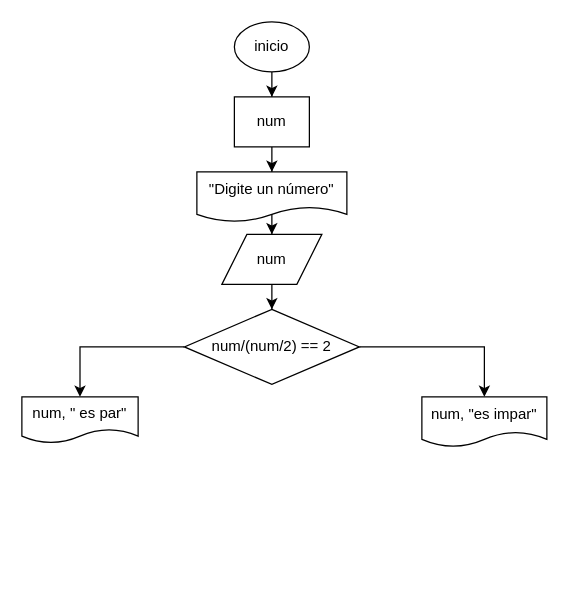
Before: 7. ESTRUCTURAS/Diagrama sin título.drawio in zeth789/Pensamiento_computacional, a draw.io diagram. Source tidied: cells renumbered, new cells numbered last; positions are measured from the earlier drawing's top-left corner, leaving out a move shared by most shapes. Both pictures are drawn from the tidied source at 125%, with x=0, y=0 at pixel (21, 21).
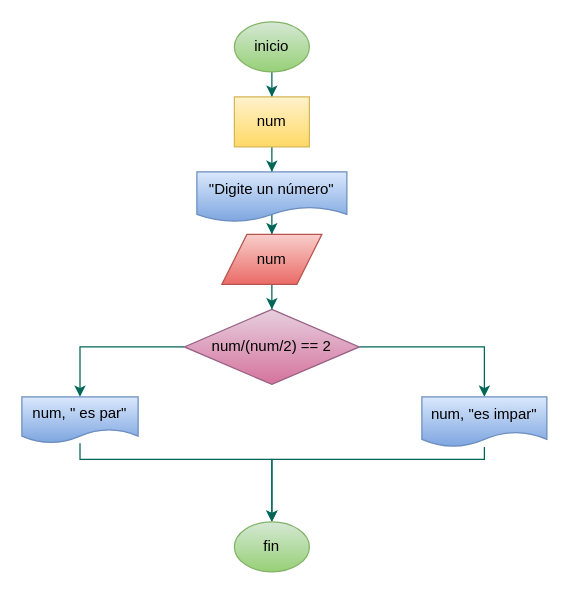
The same diagram, later.

Diff of the diagram source:
```diff
@@
-    <mxCell id="2" style="edgeStyle=orthogonalEdgeStyle;rounded=0;jettySize=auto;html=1;" parent="1" edge="1" source="3" target="5">
+    <mxCell id="2" style="edgeStyle=orthogonalEdgeStyle;rounded=0;jettySize=auto;html=1;strokeColor=#006658;fontColor=#5C5C5C;" parent="1" edge="1" source="3" target="5">
       <mxGeometry relative="1" as="geometry" />
     </mxCell>
-    <mxCell id="3" value="inicio" style="ellipse;whiteSpace=wrap;html=1;" parent="1" vertex="1">
+    <mxCell id="3" value="inicio" style="ellipse;whiteSpace=wrap;html=1;fillColor=#d5e8d4;strokeColor=#82b366;gradientColor=#97d077;" parent="1" vertex="1">
       <mxGeometry x="170" width="60" height="40" as="geometry" />
     </mxCell>
-    <mxCell id="4" style="edgeStyle=orthogonalEdgeStyle;rounded=0;jettySize=auto;html=1;" parent="1" edge="1" source="5" target="7">
+    <mxCell id="4" style="edgeStyle=orthogonalEdgeStyle;rounded=0;jettySize=auto;html=1;strokeColor=#006658;fontColor=#5C5C5C;" parent="1" edge="1" source="5" target="7">
       <mxGeometry relative="1" as="geometry" />
     </mxCell>
-    <mxCell id="5" value="num" style="whiteSpace=wrap;html=1;" parent="1" vertex="1">
+    <mxCell id="5" value="num" style="whiteSpace=wrap;html=1;fillColor=#fff2cc;strokeColor=#d6b656;gradientColor=#ffd966;" parent="1" vertex="1">
       <mxGeometry x="170" y="60" width="60" height="40" as="geometry" />
     </mxCell>
-    <mxCell id="6" style="edgeStyle=orthogonalEdgeStyle;rounded=0;jettySize=auto;html=1;" parent="1" edge="1" source="7" target="9">
+    <mxCell id="6" style="edgeStyle=orthogonalEdgeStyle;rounded=0;jettySize=auto;html=1;strokeColor=#006658;fontColor=#5C5C5C;" parent="1" edge="1" source="7" target="9">
       <mxGeometry relative="1" as="geometry" />
     </mxCell>
-    <mxCell id="7" value="&quot;Digite un número&quot;" style="shape=document;whiteSpace=wrap;html=1;boundedLbl=1;" parent="1" vertex="1">
+    <mxCell id="7" value="&quot;Digite un número&quot;" style="shape=document;whiteSpace=wrap;html=1;boundedLbl=1;fillColor=#dae8fc;strokeColor=#6c8ebf;gradientColor=#7ea6e0;" parent="1" vertex="1">
       <mxGeometry x="140" y="120" width="120" height="40" as="geometry" />
     </mxCell>
-    <mxCell id="8" style="edgeStyle=orthogonalEdgeStyle;rounded=0;jettySize=auto;html=1;" parent="1" edge="1" source="9" target="12">
+    <mxCell id="8" style="edgeStyle=orthogonalEdgeStyle;rounded=0;jettySize=auto;html=1;strokeColor=#006658;fontColor=#5C5C5C;" parent="1" edge="1" source="9" target="12">
       <mxGeometry relative="1" as="geometry" />
     </mxCell>
-    <mxCell id="9" value="num" style="shape=parallelogram;perimeter=parallelogramPerimeter;whiteSpace=wrap;html=1;fixedSize=1;" parent="1" vertex="1">
+    <mxCell id="9" value="num" style="shape=parallelogram;perimeter=parallelogramPerimeter;whiteSpace=wrap;html=1;fixedSize=1;fillColor=#f8cecc;strokeColor=#b85450;gradientColor=#ea6b66;" parent="1" vertex="1">
       <mxGeometry x="160" y="170" width="80" height="40" as="geometry" />
     </mxCell>
-    <mxCell id="10" style="edgeStyle=orthogonalEdgeStyle;rounded=0;jettySize=auto;html=1;" parent="1" edge="1" source="12" target="13">
+    <mxCell id="10" style="edgeStyle=orthogonalEdgeStyle;rounded=0;jettySize=auto;html=1;strokeColor=#006658;fontColor=#5C5C5C;" parent="1" edge="1" source="12" target="13">
       <mxGeometry relative="1" as="geometry" />
     </mxCell>
-    <mxCell id="11" style="edgeStyle=orthogonalEdgeStyle;rounded=0;jettySize=auto;html=1;" parent="1" edge="1" source="12" target="14">
+    <mxCell id="11" style="edgeStyle=orthogonalEdgeStyle;rounded=0;jettySize=auto;html=1;strokeColor=#006658;fontColor=#5C5C5C;" parent="1" edge="1" source="12" target="14">
       <mxGeometry relative="1" as="geometry" />
     </mxCell>
-    <mxCell id="12" value="num/(num/2) == 2" style="rhombus;whiteSpace=wrap;html=1;" parent="1" vertex="1">
+    <mxCell id="12" value="num/(num/2) == 2" style="rhombus;whiteSpace=wrap;html=1;fillColor=#e6d0de;strokeColor=#996185;gradientColor=#d5739d;" parent="1" vertex="1">
       <mxGeometry x="130" y="230" width="140" height="60" as="geometry" />
     </mxCell>
+    <mxCell id="15" style="edgeStyle=orthogonalEdgeStyle;rounded=0;jettySize=auto;html=1;entryX=0.5;entryY=0;entryDx=0;entryDy=0;strokeColor=#006658;fontColor=#5C5C5C;fillColor=#21C0A5;" parent="1" edge="1" source="13" target="17">
+      <mxGeometry relative="1" as="geometry">
+        <Array as="points">
+          <mxPoint x="46" y="350" />
+          <mxPoint x="200" y="350" />
+        </Array>
+      </mxGeometry>
+    </mxCell>
-    <mxCell id="13" value="num, &quot; es par&quot;" style="shape=document;whiteSpace=wrap;html=1;boundedLbl=1;" parent="1" vertex="1">
+    <mxCell id="13" value="num, &quot; es par&quot;" style="shape=document;whiteSpace=wrap;html=1;boundedLbl=1;fillColor=#dae8fc;strokeColor=#6c8ebf;gradientColor=#7ea6e0;" parent="1" vertex="1">
       <mxGeometry y="300" width="93" height="37" as="geometry" />
     </mxCell>
+    <mxCell id="16" style="edgeStyle=orthogonalEdgeStyle;rounded=0;jettySize=auto;html=1;entryX=0.5;entryY=0;entryDx=0;entryDy=0;strokeColor=#006658;fontColor=#5C5C5C;fillColor=#21C0A5;" parent="1" edge="1" source="14" target="17">
+      <mxGeometry relative="1" as="geometry">
+        <Array as="points">
+          <mxPoint x="370" y="350" />
+          <mxPoint x="200" y="350" />
+        </Array>
+      </mxGeometry>
+    </mxCell>
-    <mxCell id="14" value="num, &quot;es impar&quot;" style="shape=document;whiteSpace=wrap;html=1;boundedLbl=1;" parent="1" vertex="1">
+    <mxCell id="14" value="num, &quot;es impar&quot;" style="shape=document;whiteSpace=wrap;html=1;boundedLbl=1;fillColor=#dae8fc;strokeColor=#6c8ebf;gradientColor=#7ea6e0;" parent="1" vertex="1">
       <mxGeometry x="320" y="300" width="100" height="40" as="geometry" />
     </mxCell>
+    <mxCell id="17" value="fin" style="ellipse;whiteSpace=wrap;html=1;strokeColor=#82b366;fillColor=#d5e8d4;gradientColor=#97d077;" parent="1" vertex="1">
+      <mxGeometry x="170" y="400" width="60" height="40" as="geometry" />
+    </mxCell>
```
